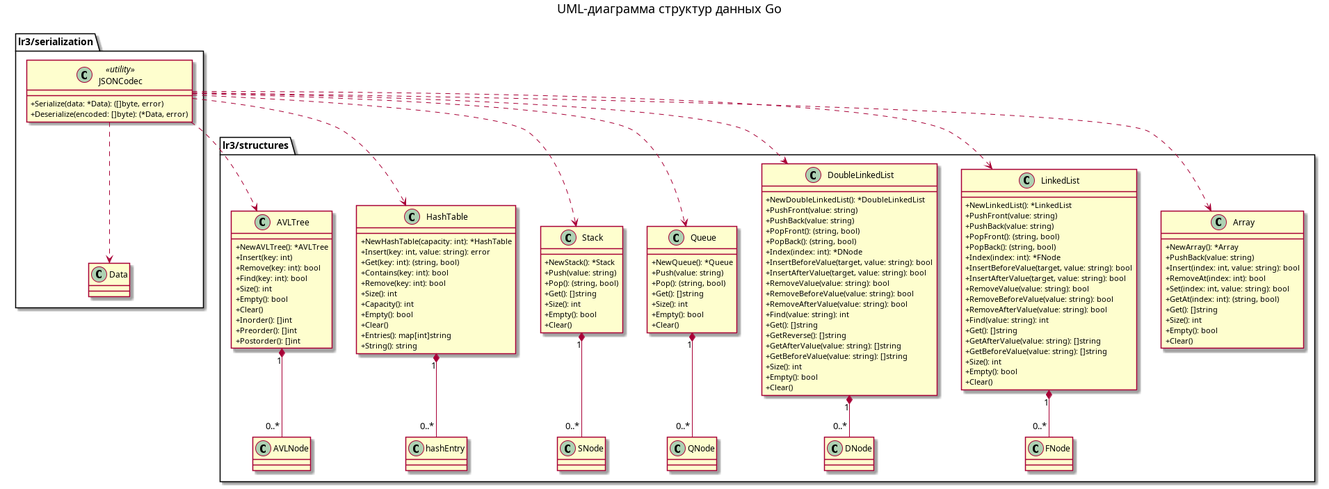
Earlier version of the PlantUML export docs/uml/go.png (kossolap/LR3-). Its source is kept beside it as docs/uml/go.puml. Its diagram source:
```plantuml
@startuml
title UML-диаграмма структур данных Go
skinparam classAttributeIconSize 0

package "lr3/structures" {

    class Array {
        + NewArray(): *Array
        + PushBack(value: string)
        + Insert(index: int, value: string): bool
        + RemoveAt(index: int): bool
        + Set(index: int, value: string): bool
        + GetAt(index: int): (string, bool)
        + Get(): []string
        + Size(): int
        + Empty(): bool
        + Clear()
    }

    class LinkedList {
        + NewLinkedList(): *LinkedList
        + PushFront(value: string)
        + PushBack(value: string)
        + PopFront(): (string, bool)
        + PopBack(): (string, bool)
        + Index(index: int): *FNode
        + InsertBeforeValue(target, value: string): bool
        + InsertAfterValue(target, value: string): bool
        + RemoveValue(value: string): bool
        + RemoveBeforeValue(value: string): bool
        + RemoveAfterValue(value: string): bool
        + Find(value: string): int
        + Get(): []string
        + GetAfterValue(value: string): []string
        + GetBeforeValue(value: string): []string
        + Size(): int
        + Empty(): bool
        + Clear()
    }

    class FNode
    class DoubleLinkedList {
        + NewDoubleLinkedList(): *DoubleLinkedList
        + PushFront(value: string)
        + PushBack(value: string)
        + PopFront(): (string, bool)
        + PopBack(): (string, bool)
        + Index(index: int): *DNode
        + InsertBeforeValue(target, value: string): bool
        + InsertAfterValue(target, value: string): bool
        + RemoveValue(value: string): bool
        + RemoveBeforeValue(value: string): bool
        + RemoveAfterValue(value: string): bool
        + Find(value: string): int
        + Get(): []string
        + GetReverse(): []string
        + GetAfterValue(value: string): []string
        + GetBeforeValue(value: string): []string
        + Size(): int
        + Empty(): bool
        + Clear()
    }

    class DNode

    class Queue {
        + NewQueue(): *Queue
        + Push(value: string)
        + Pop(): (string, bool)
        + Get(): []string
        + Size(): int
        + Empty(): bool
        + Clear()
    }

    class QNode

    class Stack {
        + NewStack(): *Stack
        + Push(value: string)
        + Pop(): (string, bool)
        + Get(): []string
        + Size(): int
        + Empty(): bool
        + Clear()
    }

    class SNode

    class HashTable {
        + NewHashTable(capacity: int): *HashTable
        + Insert(key: int, value: string): error
        + Get(key: int): (string, bool)
        + Contains(key: int): bool
        + Remove(key: int): bool
        + Size(): int
        + Capacity(): int
        + Empty(): bool
        + Clear()
        + Entries(): map[int]string
        + String(): string
    }

    class hashEntry

    class AVLTree {
        + NewAVLTree(): *AVLTree
        + Insert(key: int)
        + Remove(key: int): bool
        + Find(key: int): bool
        + Size(): int
        + Empty(): bool
        + Clear()
        + Inorder(): []int
        + Preorder(): []int
        + Postorder(): []int
    }

    class AVLNode

    LinkedList "1" *-- "0..*" FNode
    DoubleLinkedList "1" *-- "0..*" DNode
    Queue "1" *-- "0..*" QNode
    Stack "1" *-- "0..*" SNode
    HashTable "1" *-- "0..*" hashEntry
    AVLTree "1" *-- "0..*" AVLNode
}

package "lr3/serialization" {
    class Data
    class JSONCodec <<utility>> {
        + Serialize(data: *Data): ([]byte, error)
        + Deserialize(encoded: []byte): (*Data, error)
    }

    JSONCodec ..> Data
    JSONCodec ..> Array
    JSONCodec ..> LinkedList
    JSONCodec ..> DoubleLinkedList
    JSONCodec ..> Queue
    JSONCodec ..> Stack
    JSONCodec ..> HashTable
    JSONCodec ..> AVLTree
}

@enduml
```
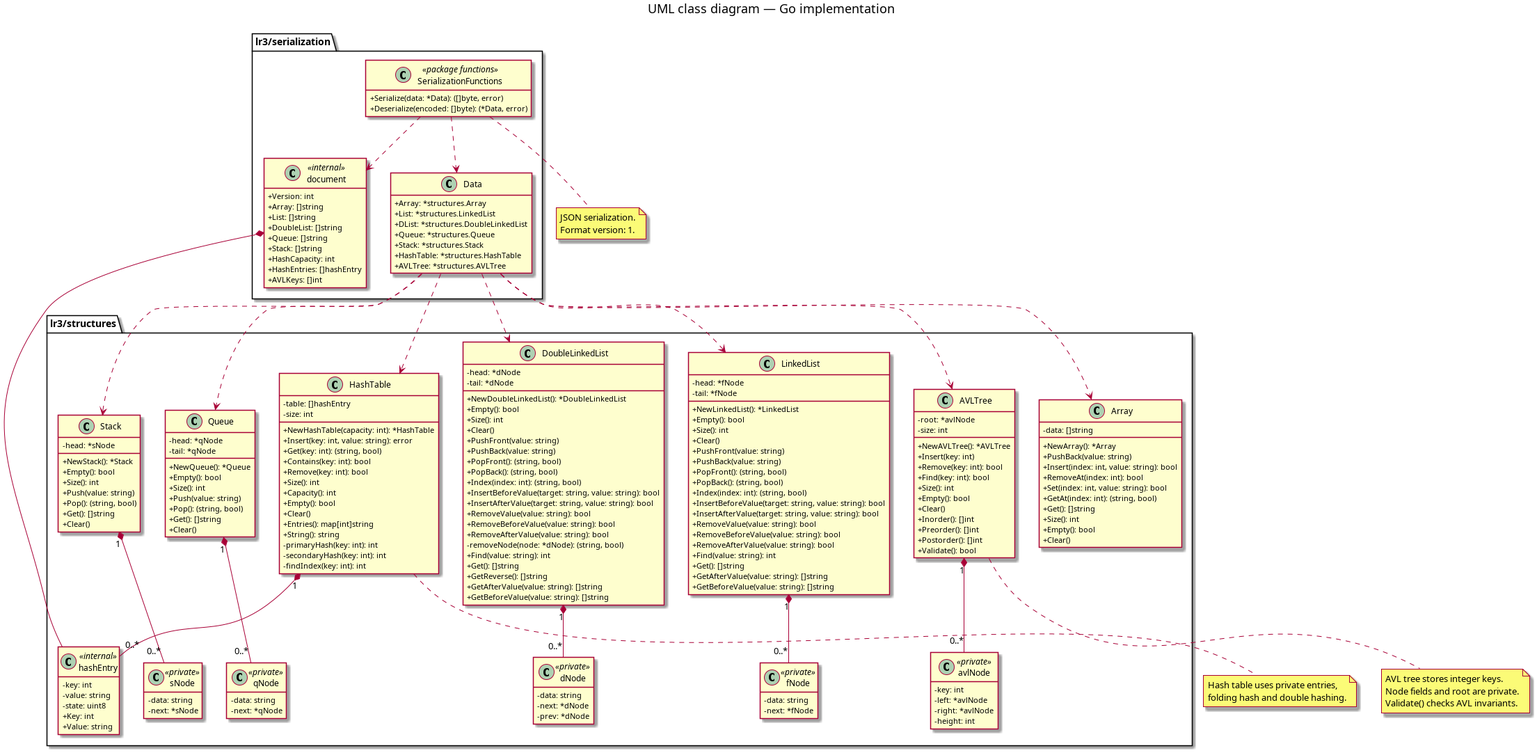
The same file after the commit.

What changed in the source:
```diff
@@ -1,10 +1,13 @@
 @startuml
-title UML-диаграмма структур данных Go
+title UML class diagram — Go implementation
 skinparam classAttributeIconSize 0
+hide empty members
+top to bottom direction
 
 package "lr3/structures" {
 
     class Array {
+        - data: []string
         + NewArray(): *Array
         + PushBack(value: string)
         + Insert(index: int, value: string): bool
@@ -18,14 +21,19 @@
     }
 
     class LinkedList {
+        - head: *fNode
+        - tail: *fNode
         + NewLinkedList(): *LinkedList
+        + Empty(): bool
+        + Size(): int
+        + Clear()
         + PushFront(value: string)
         + PushBack(value: string)
         + PopFront(): (string, bool)
         + PopBack(): (string, bool)
-        + Index(index: int): *FNode
-        + InsertBeforeValue(target, value: string): bool
-        + InsertAfterValue(target, value: string): bool
+        + Index(index: int): (string, bool)
+        + InsertBeforeValue(target: string, value: string): bool
+        + InsertAfterValue(target: string, value: string): bool
         + RemoveValue(value: string): bool
         + RemoveBeforeValue(value: string): bool
         + RemoveAfterValue(value: string): bool
@@ -33,61 +41,80 @@
         + Get(): []string
         + GetAfterValue(value: string): []string
         + GetBeforeValue(value: string): []string
-        + Size(): int
-        + Empty(): bool
-        + Clear()
     }
 
-    class FNode
+    class fNode <<private>> {
+        - data: string
+        - next: *fNode
+    }
+
     class DoubleLinkedList {
+        - head: *dNode
+        - tail: *dNode
         + NewDoubleLinkedList(): *DoubleLinkedList
+        + Empty(): bool
+        + Size(): int
+        + Clear()
         + PushFront(value: string)
         + PushBack(value: string)
         + PopFront(): (string, bool)
         + PopBack(): (string, bool)
-        + Index(index: int): *DNode
-        + InsertBeforeValue(target, value: string): bool
-        + InsertAfterValue(target, value: string): bool
+        + Index(index: int): (string, bool)
+        + InsertBeforeValue(target: string, value: string): bool
+        + InsertAfterValue(target: string, value: string): bool
         + RemoveValue(value: string): bool
         + RemoveBeforeValue(value: string): bool
         + RemoveAfterValue(value: string): bool
+        - removeNode(node: *dNode): (string, bool)
         + Find(value: string): int
         + Get(): []string
         + GetReverse(): []string
         + GetAfterValue(value: string): []string
         + GetBeforeValue(value: string): []string
+    }
+
+    class dNode <<private>> {
+        - data: string
+        - next: *dNode
+        - prev: *dNode
+    }
+
+    class Queue {
+        - head: *qNode
+        - tail: *qNode
+        + NewQueue(): *Queue
+        + Empty(): bool
         + Size(): int
-        + Empty(): bool
+        + Push(value: string)
+        + Pop(): (string, bool)
+        + Get(): []string
         + Clear()
     }
 
-    class DNode
+    class qNode <<private>> {
+        - data: string
+        - next: *qNode
+    }
 
-    class Queue {
-        + NewQueue(): *Queue
+    class Stack {
+        - head: *sNode
+        + NewStack(): *Stack
+        + Empty(): bool
+        + Size(): int
         + Push(value: string)
         + Pop(): (string, bool)
         + Get(): []string
-        + Size(): int
-        + Empty(): bool
         + Clear()
     }
 
-    class QNode
-
-    class Stack {
-        + NewStack(): *Stack
-        + Push(value: string)
-        + Pop(): (string, bool)
-        + Get(): []string
-        + Size(): int
-        + Empty(): bool
-        + Clear()
+    class sNode <<private>> {
+        - data: string
+        - next: *sNode
     }
 
-    class SNode
-
     class HashTable {
+        - table: []hashEntry
+        - size: int
         + NewHashTable(capacity: int): *HashTable
         + Insert(key: int, value: string): error
         + Get(key: int): (string, bool)
@@ -99,11 +126,20 @@
         + Clear()
         + Entries(): map[int]string
         + String(): string
+        - primaryHash(key: int): int
+        - secondaryHash(key: int): int
+        - findIndex(key: int): int
     }
 
-    class hashEntry
+    class hashEntry <<private>> {
+        - key: int
+        - value: string
+        - state: uint8
+    }
 
     class AVLTree {
+        - root: *avlNode
+        - size: int
         + NewAVLTree(): *AVLTree
         + Insert(key: int)
         + Remove(key: int): bool
@@ -114,33 +150,85 @@
         + Inorder(): []int
         + Preorder(): []int
         + Postorder(): []int
+        + Validate(): bool
     }
 
-    class AVLNode
+    class avlNode <<private>> {
+        - key: int
+        - left: *avlNode
+        - right: *avlNode
+        - height: int
+    }
 
-    LinkedList "1" *-- "0..*" FNode
-    DoubleLinkedList "1" *-- "0..*" DNode
-    Queue "1" *-- "0..*" QNode
-    Stack "1" *-- "0..*" SNode
+    LinkedList "1" *-- "0..*" fNode
+    DoubleLinkedList "1" *-- "0..*" dNode
+    Queue "1" *-- "0..*" qNode
+    Stack "1" *-- "0..*" sNode
     HashTable "1" *-- "0..*" hashEntry
-    AVLTree "1" *-- "0..*" AVLNode
+    AVLTree "1" *-- "0..*" avlNode
 }
 
 package "lr3/serialization" {
-    class Data
-    class JSONCodec <<utility>> {
+
+    class Data {
+        + Array: *structures.Array
+        + List: *structures.LinkedList
+        + DList: *structures.DoubleLinkedList
+        + Queue: *structures.Queue
+        + Stack: *structures.Stack
+        + HashTable: *structures.HashTable
+        + AVLTree: *structures.AVLTree
+    }
+
+    class document <<internal>> {
+        + Version: int
+        + Array: []string
+        + List: []string
+        + DoubleList: []string
+        + Queue: []string
+        + Stack: []string
+        + HashCapacity: int
+        + HashEntries: []hashEntry
+        + AVLKeys: []int
+    }
+
+    class hashEntry <<internal>> {
+        + Key: int
+        + Value: string
+    }
+
+    class SerializationFunctions <<package functions>> {
         + Serialize(data: *Data): ([]byte, error)
         + Deserialize(encoded: []byte): (*Data, error)
     }
 
-    JSONCodec ..> Data
-    JSONCodec ..> Array
-    JSONCodec ..> LinkedList
-    JSONCodec ..> DoubleLinkedList
-    JSONCodec ..> Queue
-    JSONCodec ..> Stack
-    JSONCodec ..> HashTable
-    JSONCodec ..> AVLTree
+    Data ..> Array
+    Data ..> LinkedList
+    Data ..> DoubleLinkedList
+    Data ..> Queue
+    Data ..> Stack
+    Data ..> HashTable
+    Data ..> AVLTree
+
+    document *-- hashEntry
+    SerializationFunctions ..> Data
+    SerializationFunctions ..> document
 }
 
+note bottom of HashTable
+  Hash table uses private entries,
+  folding hash and double hashing.
+end note
+
+note bottom of AVLTree
+  AVL tree stores integer keys.
+  Node fields and root are private.
+  Validate() checks AVL invariants.
+end note
+
+note bottom of SerializationFunctions
+  JSON serialization.
+  Format version: 1.
+end note
+
 @enduml
```
